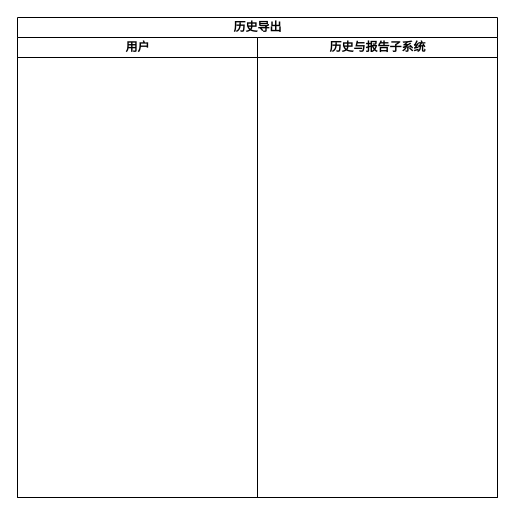
Earlier version of the draw.io diagram 历史导出活动图.drawio (PomeloLemon/SoftwareDiagrams). Source tidied: cells renumbered, new cells numbered last; positions are measured from the earlier drawing's top-left corner, leaving out a move shared by most shapes. Both pictures are drawn from the tidied source at 100%, with x=0, y=0 at pixel (17, 17).
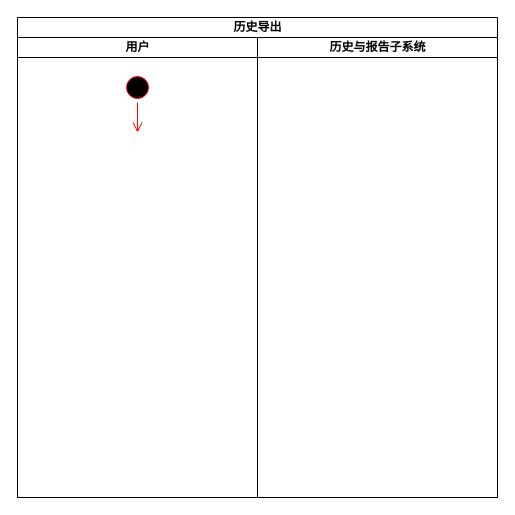
After the change.

Commit message (it also covers changes not shown here):
更新历史导出活动图.drawio

The edit, as a diff of the source:
```diff
@@
 <mxGraphModel>
   <root>
     <mxCell id="0" />
     <mxCell id="1" parent="0" />
     <mxCell id="2" value="历史导出" style="swimlane;startSize=20;html=1;" parent="1" vertex="1">
       <mxGeometry width="480" height="480" as="geometry" />
     </mxCell>
     <mxCell id="3" value="用户" style="swimlane;startSize=20;html=1;" parent="2" vertex="1">
       <mxGeometry y="20" width="240" height="460" as="geometry" />
     </mxCell>
+    <mxCell id="5" style="ellipse;html=1;shape=startState;fillColor=#000000;strokeColor=#ff0000;" parent="3" vertex="1">
+      <mxGeometry x="105" y="35" width="30" height="30" as="geometry" />
+    </mxCell>
+    <mxCell id="6" style="edgeStyle=orthogonalEdgeStyle;html=1;verticalAlign=bottom;endArrow=open;endSize=8;strokeColor=#ff0000;rounded=0;" parent="3" edge="1" source="5">
+      <mxGeometry relative="1" as="geometry">
+        <mxPoint x="120" y="95" as="targetPoint" />
+      </mxGeometry>
+    </mxCell>
     <mxCell id="4" value="历史与报告子系统" style="swimlane;startSize=20;html=1;" parent="2" vertex="1">
       <mxGeometry x="240" y="20" width="240" height="460" as="geometry" />
     </mxCell>
   </root>
 </mxGraphModel>
```
